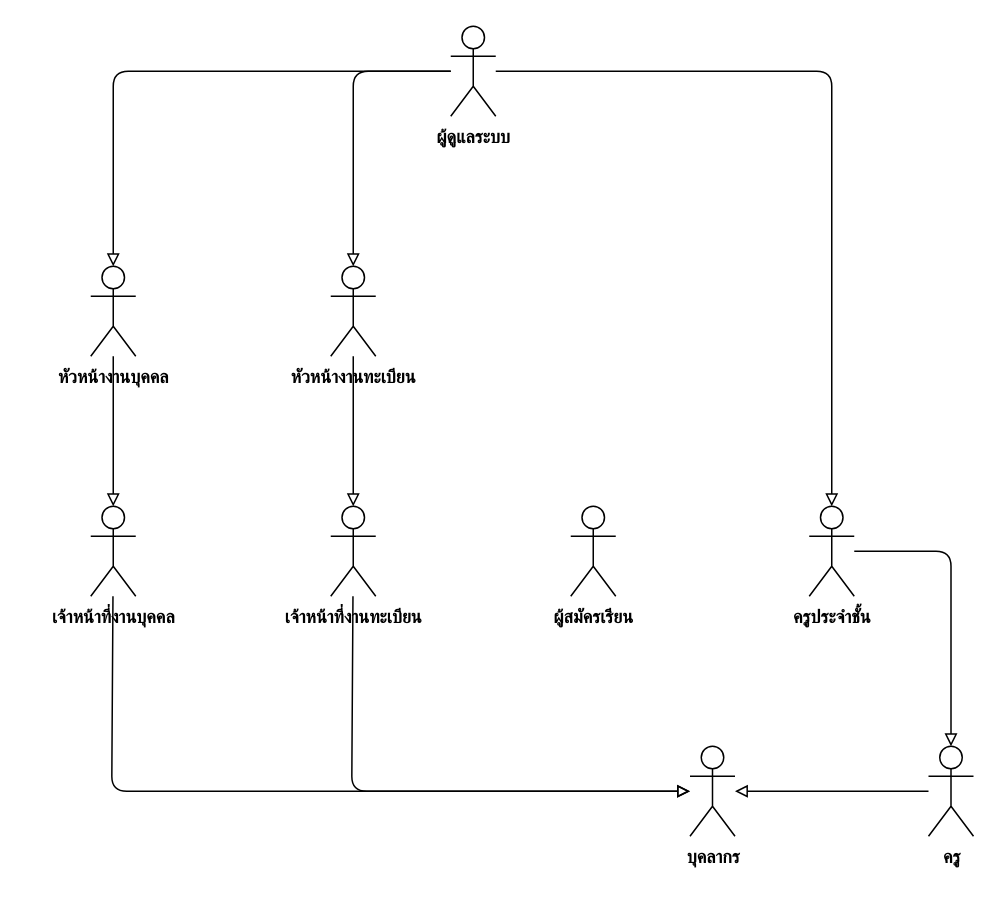
Earlier version of the draw.io diagram page "actor hierarchy" (4 of 6) of materials/doc/usecase/usecase-merge-all.drawio (RealTiraqmisu/SchoolDark). Source tidied: cells renumbered, new cells numbered last; positions are measured from the earlier drawing's top-left corner, leaving out a move shared by most shapes. Both pictures are drawn from the tidied source at 150%, with x=0, y=0 at pixel (90, 26).
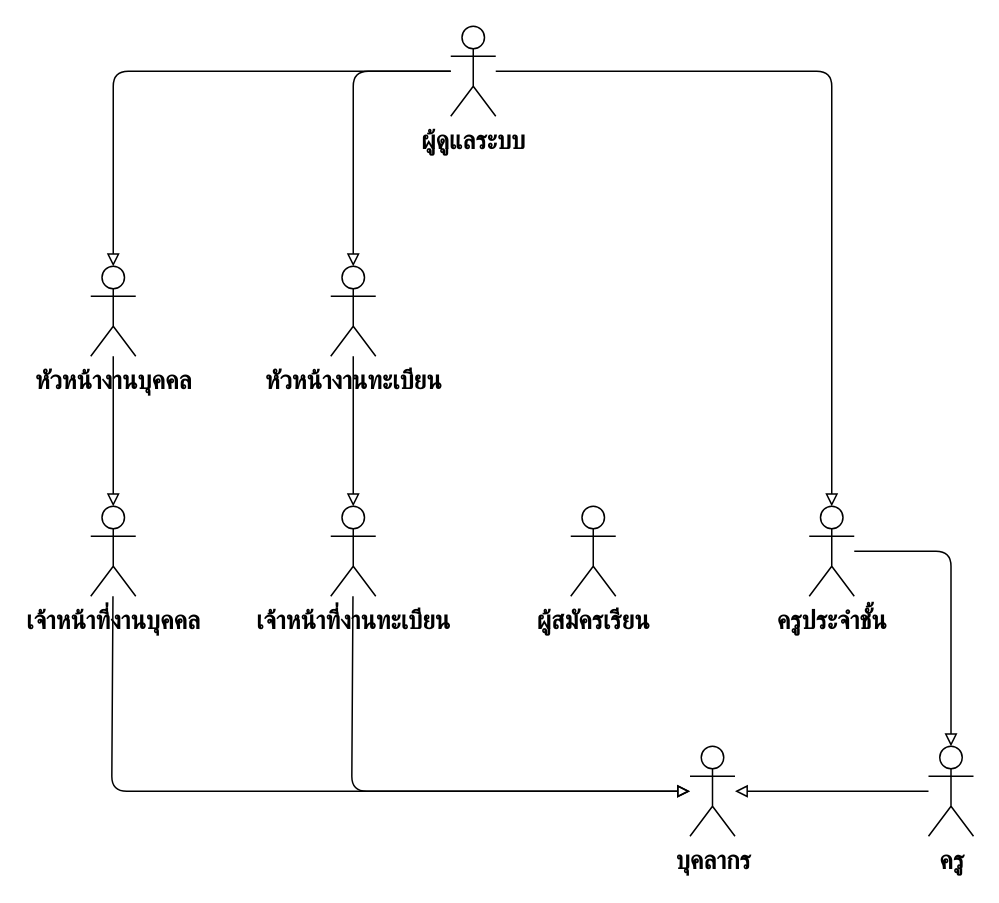
After the change.

The edit, as a diff of the source:
```diff
@@
-    <mxCell id="2" value="&lt;b&gt;ครู&lt;/b&gt;" style="shape=umlActor;html=1;verticalLabelPosition=bottom;verticalAlign=top;align=center;" parent="1" vertex="1">
+    <mxCell id="2" value="&lt;b&gt;ครู&lt;/b&gt;" style="shape=umlActor;html=1;verticalLabelPosition=bottom;verticalAlign=top;align=center;fontFamily=TH SarabunPSK;fontSize=17;" parent="1" vertex="1">
       <mxGeometry x="558.5" y="480" width="30" height="60" as="geometry" />
     </mxCell>
-    <mxCell id="3" value="&lt;b&gt;ครูประจำชั้น&lt;/b&gt;" style="shape=umlActor;html=1;verticalLabelPosition=bottom;verticalAlign=top;align=center;" parent="1" vertex="1">
+    <mxCell id="3" value="&lt;b&gt;ครูประจำชั้น&lt;/b&gt;" style="shape=umlActor;html=1;verticalLabelPosition=bottom;verticalAlign=top;align=center;fontFamily=TH SarabunPSK;fontSize=17;" parent="1" vertex="1">
       <mxGeometry x="479" y="320" width="30" height="60" as="geometry" />
     </mxCell>
-    <mxCell id="4" value="&lt;b&gt;เจ้าหน้าที่งานทะเบียน&lt;/b&gt;" style="shape=umlActor;html=1;verticalLabelPosition=bottom;verticalAlign=top;align=center;" parent="1" vertex="1">
+    <mxCell id="4" value="&lt;b&gt;เจ้าหน้าที่งานทะเบียน&lt;/b&gt;" style="shape=umlActor;html=1;verticalLabelPosition=bottom;verticalAlign=top;align=center;fontFamily=TH SarabunPSK;fontSize=17;" parent="1" vertex="1">
       <mxGeometry x="160" y="320" width="30" height="60" as="geometry" />
     </mxCell>
-    <mxCell id="5" value="&lt;b&gt;ผู้ดูแลระบบ&lt;/b&gt;" style="shape=umlActor;html=1;verticalLabelPosition=bottom;verticalAlign=top;align=center;" parent="1" vertex="1">
+    <mxCell id="5" value="&lt;b&gt;ผู้ดูแลระบบ&lt;/b&gt;" style="shape=umlActor;html=1;verticalLabelPosition=bottom;verticalAlign=top;align=center;fontFamily=TH SarabunPSK;fontSize=17;" parent="1" vertex="1">
       <mxGeometry x="240" width="30" height="60" as="geometry" />
     </mxCell>
-    <mxCell id="6" value="เจ้าหน้าที่งานบุคคล" style="shape=umlActor;verticalLabelPosition=bottom;verticalAlign=top;html=1;outlineConnect=0;whiteSpace=nowrap;fontSize=12;fontStyle=1;" parent="1" vertex="1">
+    <mxCell id="6" value="เจ้าหน้าที่งานบุคคล" style="shape=umlActor;verticalLabelPosition=bottom;verticalAlign=top;html=1;outlineConnect=0;whiteSpace=nowrap;fontSize=17;fontStyle=1;fontFamily=TH SarabunPSK;" parent="1" vertex="1">
       <mxGeometry y="320" width="30" height="60" as="geometry" />
     </mxCell>
-    <mxCell id="7" value="บุคลากร" style="shape=umlActor;verticalLabelPosition=bottom;verticalAlign=top;html=1;outlineConnect=0;whiteSpace=nowrap;fontSize=12;fontStyle=1;" parent="1" vertex="1">
+    <mxCell id="7" value="บุคลากร" style="shape=umlActor;verticalLabelPosition=bottom;verticalAlign=top;html=1;outlineConnect=0;whiteSpace=nowrap;fontSize=17;fontStyle=1;fontFamily=TH SarabunPSK;" parent="1" vertex="1">
       <mxGeometry x="399.5" y="480" width="30" height="60" as="geometry" />
     </mxCell>
-    <mxCell id="8" value="หัวหน้างานบุคคล" style="shape=umlActor;verticalLabelPosition=bottom;verticalAlign=top;html=1;outlineConnect=0;whiteSpace=nowrap;fontSize=12;fontStyle=1;" parent="1" vertex="1">
+    <mxCell id="8" value="หัวหน้างานบุคคล" style="shape=umlActor;verticalLabelPosition=bottom;verticalAlign=top;html=1;outlineConnect=0;whiteSpace=nowrap;fontSize=17;fontStyle=1;fontFamily=TH SarabunPSK;" parent="1" vertex="1">
       <mxGeometry y="160" width="30" height="60" as="geometry" />
     </mxCell>
-    <mxCell id="9" value="ผู้สมัครเรียน" style="shape=umlActor;verticalLabelPosition=bottom;verticalAlign=top;html=1;whiteSpace=nowrap;fontSize=12;fontStyle=1;" parent="1" vertex="1">
+    <mxCell id="9" value="ผู้สมัครเรียน" style="shape=umlActor;verticalLabelPosition=bottom;verticalAlign=top;html=1;whiteSpace=nowrap;fontSize=17;fontStyle=1;fontFamily=TH SarabunPSK;" parent="1" vertex="1">
       <mxGeometry x="320" y="320" width="30" height="60" as="geometry" />
     </mxCell>
-    <mxCell id="10" value="&lt;b&gt;หัวหน้างานทะเบียน&lt;/b&gt;" style="shape=umlActor;html=1;verticalLabelPosition=bottom;verticalAlign=top;align=center;" parent="1" vertex="1">
+    <mxCell id="10" value="&lt;b&gt;หัวหน้างานทะเบียน&lt;/b&gt;" style="shape=umlActor;html=1;verticalLabelPosition=bottom;verticalAlign=top;align=center;fontFamily=TH SarabunPSK;fontSize=17;" parent="1" vertex="1">
       <mxGeometry x="160" y="160" width="30" height="60" as="geometry" />
     </mxCell>
-    <mxCell id="11" style="html=1;endArrow=block;endFill=0;" parent="1" edge="1" source="8" target="6">
+    <mxCell id="11" style="html=1;endArrow=block;endFill=0;fontFamily=TH SarabunPSK;fontSize=17;" parent="1" edge="1" source="8" target="6">
       <mxGeometry x="-0.89" relative="1" as="geometry" />
     </mxCell>
-    <mxCell id="12" style="html=1;endArrow=block;endFill=0;" parent="1" edge="1" source="10" target="4">
+    <mxCell id="12" style="html=1;endArrow=block;endFill=0;fontFamily=TH SarabunPSK;fontSize=17;" parent="1" edge="1" source="10" target="4">
       <mxGeometry x="-0.89" relative="1" as="geometry" />
     </mxCell>
-    <mxCell id="13" style="html=1;endArrow=block;endFill=0;edgeStyle=orthogonalEdgeStyle;" parent="1" edge="1" source="5" target="10">
+    <mxCell id="13" style="html=1;endArrow=block;endFill=0;edgeStyle=orthogonalEdgeStyle;fontFamily=TH SarabunPSK;fontSize=17;" parent="1" edge="1" source="5" target="10">
       <mxGeometry relative="1" as="geometry" />
     </mxCell>
-    <mxCell id="14" style="html=1;endArrow=block;endFill=0;edgeStyle=orthogonalEdgeStyle;" parent="1" edge="1" source="5" target="8">
+    <mxCell id="14" style="html=1;endArrow=block;endFill=0;edgeStyle=orthogonalEdgeStyle;fontFamily=TH SarabunPSK;fontSize=17;" parent="1" edge="1" source="5" target="8">
       <mxGeometry relative="1" as="geometry" />
     </mxCell>
-    <mxCell id="15" style="html=1;endArrow=block;endFill=0;edgeStyle=orthogonalEdgeStyle;" parent="1" edge="1" source="5" target="3">
+    <mxCell id="15" style="html=1;endArrow=block;endFill=0;edgeStyle=orthogonalEdgeStyle;fontFamily=TH SarabunPSK;fontSize=17;" parent="1" edge="1" source="5" target="3">
       <mxGeometry relative="1" as="geometry" />
     </mxCell>
-    <mxCell id="16" style="html=1;endArrow=block;endFill=0;edgeStyle=orthogonalEdgeStyle;" parent="1" edge="1" source="3" target="2">
+    <mxCell id="16" style="html=1;endArrow=block;endFill=0;edgeStyle=orthogonalEdgeStyle;fontFamily=TH SarabunPSK;fontSize=17;" parent="1" edge="1" source="3" target="2">
       <mxGeometry relative="1" as="geometry" />
     </mxCell>
-    <mxCell id="17" style="html=1;endArrow=block;endFill=0;edgeStyle=orthogonalEdgeStyle;" parent="1" edge="1" source="2" target="7">
+    <mxCell id="17" style="html=1;endArrow=block;endFill=0;edgeStyle=orthogonalEdgeStyle;fontFamily=TH SarabunPSK;fontSize=17;" parent="1" edge="1" source="2" target="7">
       <mxGeometry relative="1" as="geometry" />
     </mxCell>
-    <mxCell id="18" style="edgeStyle=none;html=1;endArrow=block;endFill=0;" parent="1" edge="1" source="4" target="7">
+    <mxCell id="18" style="edgeStyle=none;html=1;endArrow=block;endFill=0;fontFamily=TH SarabunPSK;fontSize=17;" parent="1" edge="1" source="4" target="7">
       <mxGeometry x="0.03" relative="1" as="geometry">
         <Array as="points">
           <mxPoint x="174" y="510" />
         </Array>
       </mxGeometry>
     </mxCell>
-    <mxCell id="19" style="edgeStyle=none;html=1;endArrow=block;endFill=0;" parent="1" edge="1" source="6" target="7">
+    <mxCell id="19" style="edgeStyle=none;html=1;endArrow=block;endFill=0;fontFamily=TH SarabunPSK;fontSize=17;" parent="1" edge="1" source="6" target="7">
       <mxGeometry relative="1" as="geometry">
         <Array as="points">
           <mxPoint x="14" y="510" />
         </Array>
       </mxGeometry>
     </mxCell>
```
